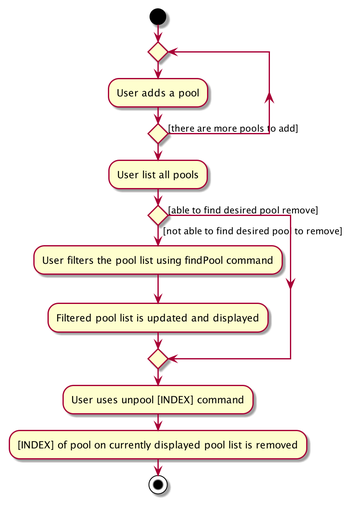
This is docs/images/UnpoolActivityDiagram.png from nus-cs2103-AY2021S2/tp, a PlantUML export, as it was before one commit. Its diagram source:
```plantuml
@startuml
skinparam conditionStyle diamond
start
repeat
  :User adds a pool;
repeatwhile ([there are more pools to add])
:User list all pools;
if () then ([not able to find desired pool to remove])
    :User filters the pool list using findPool command;
    :Filtered pool list is updated and displayed;
else ([able to find desired pool remove])
endif
:User uses unpool [INDEX] command;
:[INDEX] of pool on currently displayed pool list is removed;
stop
@enduml
```
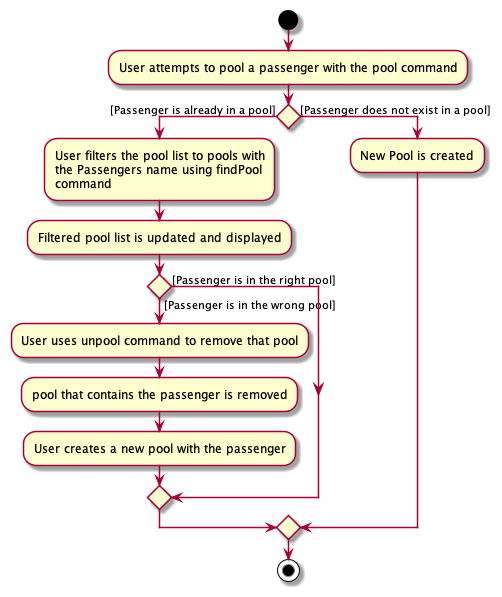
Above is the later version.

The edit, as a diff of the source:
```diff
@@ -1,16 +1,19 @@
 @startuml
-skinparam conditionStyle diamond
 start
-repeat
-  :User adds a pool;
-repeatwhile ([there are more pools to add])
-:User list all pools;
-if () then ([not able to find desired pool to remove])
-    :User filters the pool list using findPool command;
+:User attempts to pool a passenger with the pool command;
+if () then ([Passenger is already in a pool])
+    :User filters the pool list to pools with
+    the Passengers name using findPool
+    command;
     :Filtered pool list is updated and displayed;
-else ([able to find desired pool remove])
+    if () then([Passenger is in the wrong pool])
+        :User uses unpool command to remove that pool;
+        :pool that contains the passenger is removed;
+        :User creates a new pool with the passenger;
+    else ([Passenger is in the right pool])
+    endif
+else ([Passenger does not exist in a pool])
+    :New Pool is created;
 endif
-:User uses unpool [INDEX] command;
-:[INDEX] of pool on currently displayed pool list is removed;
 stop
 @enduml
```
